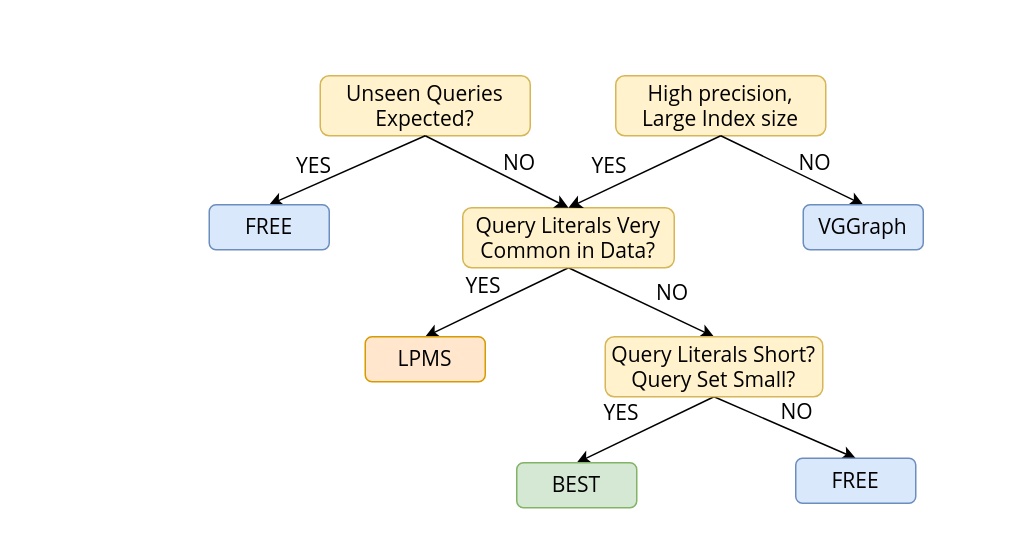
Earlier version of the draw.io diagram notebooks/DecTree.drawio (mush-zhang/RegexIndexComparison). Source tidied: cells renumbered, new cells numbered last; positions are measured from the earlier drawing's top-left corner, leaving out a move shared by most shapes. Both pictures are drawn from the tidied source at 150%, with x=0, y=0 at pixel (208, 75).
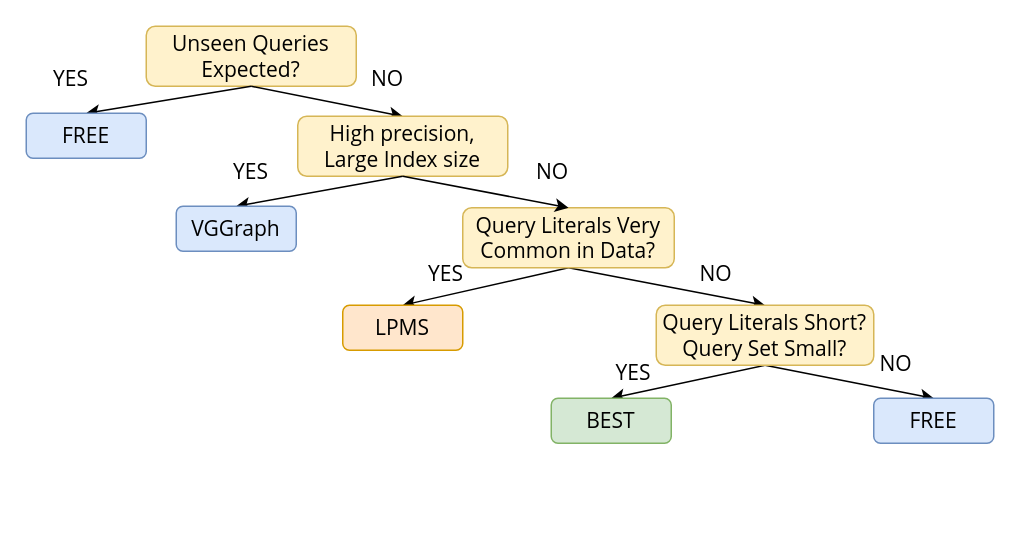
After the change.

The change refers to these unchanged cells:
```xml
<mxCell id="4" value="Query Literals Very Common in Data?" style="text;html=1;align=center;verticalAlign=middle;whiteSpace=wrap;rounded=1;fillColor=#fff2cc;strokeColor=#d6b656;fontSize=14;fontFamily=open sans;" parent="1" vertex="1">
  <mxGeometry x="169" y="88" width="141" height="40" as="geometry" />
</mxCell>
```

Diff of the diagram source:
```diff
@@
     <mxCell id="5" value="YES" style="text;html=1;align=center;verticalAlign=middle;whiteSpace=wrap;rounded=0;fontSize=14;fontFamily=open sans;" parent="1" vertex="1">
-      <mxGeometry x="153" y="125" width="60" height="30" as="geometry" />
+      <mxGeometry x="128" y="117" width="60" height="30" as="geometry" />
     </mxCell>
     <mxCell id="6" value="LPMS" style="text;html=1;align=center;verticalAlign=middle;whiteSpace=wrap;rounded=1;fillColor=#ffe6cc;strokeColor=#d79b00;fontSize=14;fontFamily=open sans;" parent="1" vertex="1">
-      <mxGeometry x="104" y="174" width="80" height="30" as="geometry" />
+      <mxGeometry x="89" y="153" width="80" height="30" as="geometry" />
     </mxCell>
     <mxCell id="7" value="NO" style="text;html=1;align=center;verticalAlign=middle;whiteSpace=wrap;rounded=0;fontSize=14;fontFamily=open sans;" parent="1" vertex="1">
-      <mxGeometry x="279" y="130" width="60" height="30" as="geometry" />
+      <mxGeometry x="308" y="117" width="60" height="30" as="geometry" />
     </mxCell>
@@
     <mxCell id="10" value="Query Literals Short? Query Set Small?" style="text;html=1;align=center;verticalAlign=middle;whiteSpace=wrap;rounded=1;fillColor=#fff2cc;strokeColor=#d6b656;fontSize=14;fontFamily=open sans;" parent="1" vertex="1">
-      <mxGeometry x="264" y="174" width="145" height="40" as="geometry" />
+      <mxGeometry x="298" y="153" width="145" height="40" as="geometry" />
     </mxCell>
     <mxCell id="11" value="YES" style="text;html=1;align=center;verticalAlign=middle;whiteSpace=wrap;rounded=0;fontSize=14;fontFamily=open sans;" parent="1" vertex="1">
-      <mxGeometry x="245" y="210" width="60" height="30" as="geometry" />
+      <mxGeometry x="253" y="183" width="60" height="30" as="geometry" />
     </mxCell>
     <mxCell id="12" value="NO" style="text;html=1;align=center;verticalAlign=middle;whiteSpace=wrap;rounded=0;fontSize=14;fontFamily=open sans;" parent="1" vertex="1">
-      <mxGeometry x="362" y="209" width="60" height="30" as="geometry" />
+      <mxGeometry x="428" y="177" width="60" height="30" as="geometry" />
     </mxCell>
     <mxCell id="13" value="BEST" style="text;html=1;align=center;verticalAlign=middle;whiteSpace=wrap;rounded=1;fillColor=#d5e8d4;strokeColor=#82b366;fontSize=14;fontFamily=open sans;" parent="1" vertex="1">
-      <mxGeometry x="205" y="258" width="80" height="30" as="geometry" />
+      <mxGeometry x="228" y="215" width="80" height="30" as="geometry" />
     </mxCell>
     <mxCell id="14" value="FREE" style="text;html=1;align=center;verticalAlign=middle;whiteSpace=wrap;rounded=1;fillColor=#dae8fc;strokeColor=#6c8ebf;fontSize=14;fontFamily=open sans;" parent="1" vertex="1">
-      <mxGeometry x="391" y="255" width="80" height="30" as="geometry" />
+      <mxGeometry x="443" y="215" width="80" height="30" as="geometry" />
     </mxCell>
     <mxCell id="15" value="Unseen Queries Expected?" style="text;html=1;align=center;verticalAlign=middle;whiteSpace=wrap;rounded=1;fillColor=#fff2cc;strokeColor=#d6b656;fontSize=14;fontFamily=open sans;" parent="1" vertex="1">
-      <mxGeometry x="74" width="140" height="40" as="geometry" />
+      <mxGeometry x="-42" y="-33" width="140" height="40" as="geometry" />
     </mxCell>
@@
-    <mxCell id="17" style="edgeStyle=none;rounded=0;jettySize=auto;html=1;exitX=0.5;exitY=1;exitDx=0;exitDy=0;entryX=0.5;entryY=0;entryDx=0;entryDy=0;fontSize=14;fontFamily=open sans;" parent="1" edge="1" source="15" target="4">
+    <mxCell id="17" style="edgeStyle=none;rounded=0;jettySize=auto;html=1;exitX=0.5;exitY=1;exitDx=0;exitDy=0;fontSize=14;fontFamily=open sans;entryX=0.5;entryY=0;entryDx=0;entryDy=0;" parent="1" edge="1" source="15" target="21">
       <mxGeometry relative="1" as="geometry" />
     </mxCell>
     <mxCell id="18" value="YES" style="text;html=1;align=center;verticalAlign=middle;whiteSpace=wrap;rounded=0;fontSize=14;fontFamily=open sans;" parent="1" vertex="1">
-      <mxGeometry x="40" y="45" width="60" height="30" as="geometry" />
+      <mxGeometry x="-122" y="-13" width="60" height="30" as="geometry" />
     </mxCell>
     <mxCell id="19" value="NO" style="text;html=1;align=center;verticalAlign=middle;whiteSpace=wrap;rounded=0;fontSize=14;fontFamily=open sans;" parent="1" vertex="1">
-      <mxGeometry x="177" y="43" width="60" height="30" as="geometry" />
+      <mxGeometry x="89" y="-13" width="60" height="30" as="geometry" />
     </mxCell>
     <mxCell id="20" value="FREE" style="text;html=1;align=center;verticalAlign=middle;whiteSpace=wrap;rounded=1;fillColor=#dae8fc;strokeColor=#6c8ebf;fontSize=14;fontFamily=open sans;" parent="1" vertex="1">
-      <mxGeometry y="86" width="80" height="30" as="geometry" />
+      <mxGeometry x="-122" y="25" width="80" height="30" as="geometry" />
     </mxCell>
     <mxCell id="21" value="High precision,&lt;div&gt;Large Index size&lt;/div&gt;" style="text;html=1;align=center;verticalAlign=middle;whiteSpace=wrap;rounded=1;fillColor=#fff2cc;strokeColor=#d6b656;fontSize=14;fontFamily=open sans;" parent="1" vertex="1">
-      <mxGeometry x="271" width="140" height="40" as="geometry" />
+      <mxGeometry x="59" y="27" width="140" height="40" as="geometry" />
     </mxCell>
-    <mxCell id="22" style="edgeStyle=none;rounded=0;jettySize=auto;html=1;exitX=0.5;exitY=1;exitDx=0;exitDy=0;entryX=0.5;entryY=0;entryDx=0;entryDy=0;fontSize=14;fontFamily=open sans;" parent="1" edge="1" source="21" target="4">
+    <mxCell id="22" style="edgeStyle=none;rounded=0;jettySize=auto;html=1;exitX=0.5;exitY=1;exitDx=0;exitDy=0;entryX=0.5;entryY=0;entryDx=0;entryDy=0;fontSize=14;fontFamily=open sans;" parent="1" edge="1" source="21" target="26">
       <mxGeometry relative="1" as="geometry" />
     </mxCell>
-    <mxCell id="23" style="edgeStyle=none;rounded=0;jettySize=auto;html=1;exitX=0.5;exitY=1;exitDx=0;exitDy=0;entryX=0.5;entryY=0;entryDx=0;entryDy=0;fontSize=14;fontFamily=open sans;" parent="1" edge="1" source="21" target="26">
+    <mxCell id="23" style="edgeStyle=none;rounded=0;jettySize=auto;html=1;exitX=0.5;exitY=1;exitDx=0;exitDy=0;entryX=0.5;entryY=0;entryDx=0;entryDy=0;fontSize=14;fontFamily=open sans;" parent="1" edge="1" source="21" target="4">
       <mxGeometry relative="1" as="geometry" />
     </mxCell>
     <mxCell id="24" value="YES" style="text;html=1;align=center;verticalAlign=middle;whiteSpace=wrap;rounded=0;fontSize=14;fontFamily=open sans;" parent="1" vertex="1">
-      <mxGeometry x="237" y="45" width="60" height="30" as="geometry" />
+      <mxGeometry x="-2" y="49" width="60" height="30" as="geometry" />
     </mxCell>
     <mxCell id="25" value="NO" style="text;html=1;align=center;verticalAlign=middle;whiteSpace=wrap;rounded=0;fontSize=14;fontFamily=open sans;" parent="1" vertex="1">
-      <mxGeometry x="374" y="43" width="60" height="30" as="geometry" />
+      <mxGeometry x="199" y="49" width="60" height="30" as="geometry" />
     </mxCell>
     <mxCell id="26" value="VGGraph" style="text;html=1;align=center;verticalAlign=middle;whiteSpace=wrap;rounded=1;fillColor=#dae8fc;strokeColor=#6c8ebf;fontSize=14;fontFamily=open sans;" parent="1" vertex="1">
-      <mxGeometry x="396" y="86" width="80" height="30" as="geometry" />
+      <mxGeometry x="-22" y="87" width="80" height="30" as="geometry" />
     </mxCell>
```
